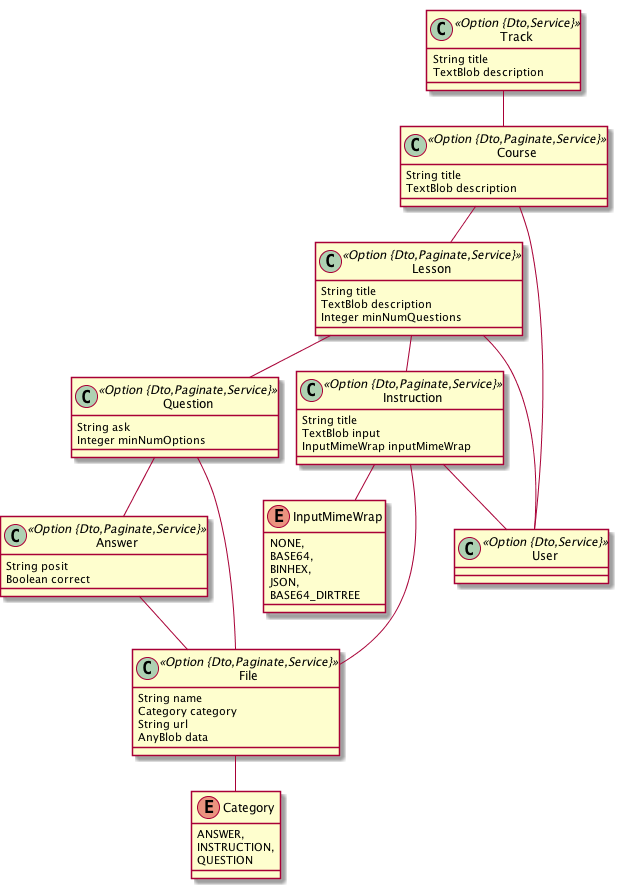
Before: init_entities.png, a diagram exported from PlantUML (archimedon/jhipsterfun).
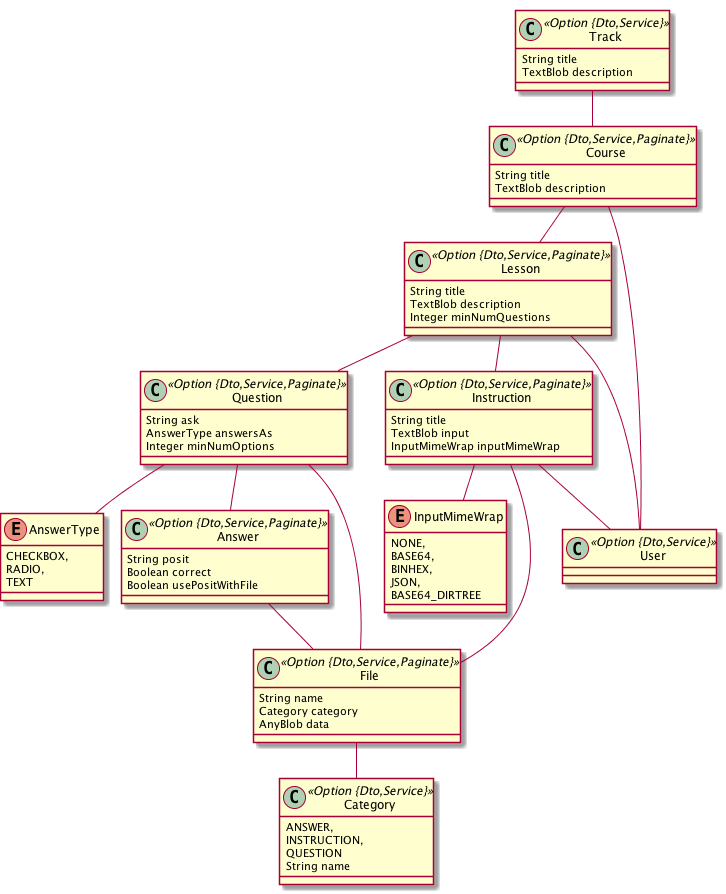
After the change.

Diff of the diagram source:
```diff
@@ -13,37 +13,47 @@
 		INSTRUCTION,
 		QUESTION
 	}
-	class Question <<Option {Dto,Paginate,Service}>> {
+	enum AnswerType {
+		CHECKBOX,
+		RADIO,
+		TEXT
+	}
+	class Question <<Option {Dto,Service,Paginate}>> {
 		String ask
+		AnswerType answersAs
 		Integer minNumOptions
 	}
-	class Answer <<Option {Dto,Paginate,Service}>> {
+	Question ..> AnswerType
+	class Answer <<Option {Dto,Service,Paginate}>> {
 		String posit
 		Boolean correct
+		Boolean usePositWithFile
 	}
 	class Track <<Option {Dto,Service}>> {
 		String title
 		TextBlob description
 	}
-	class Lesson <<Option {Dto,Paginate,Service}>> {
+	class Lesson <<Option {Dto,Service,Paginate}>> {
 		String title
 		TextBlob description
 		Integer minNumQuestions
 	}
-	class Course <<Option {Dto,Paginate,Service}>> {
+	class Course <<Option {Dto,Service,Paginate}>> {
 		String title
 		TextBlob description
 	}
-	class Instruction <<Option {Dto,Paginate,Service}>> {
+	class Category <<Option {Dto,Service}>> {
+		String name
+	}
+	class Instruction <<Option {Dto,Service,Paginate}>> {
 		String title
 		TextBlob input
 		InputMimeWrap inputMimeWrap
 	}
 	Instruction ..> InputMimeWrap
-	class File <<Option {Dto,Paginate,Service}>> {
+	class File <<Option {Dto,Service,Paginate}>> {
 		String name
 		Category category
-		String url
 		AnyBlob data
 	}
 	File ..> Category
```
